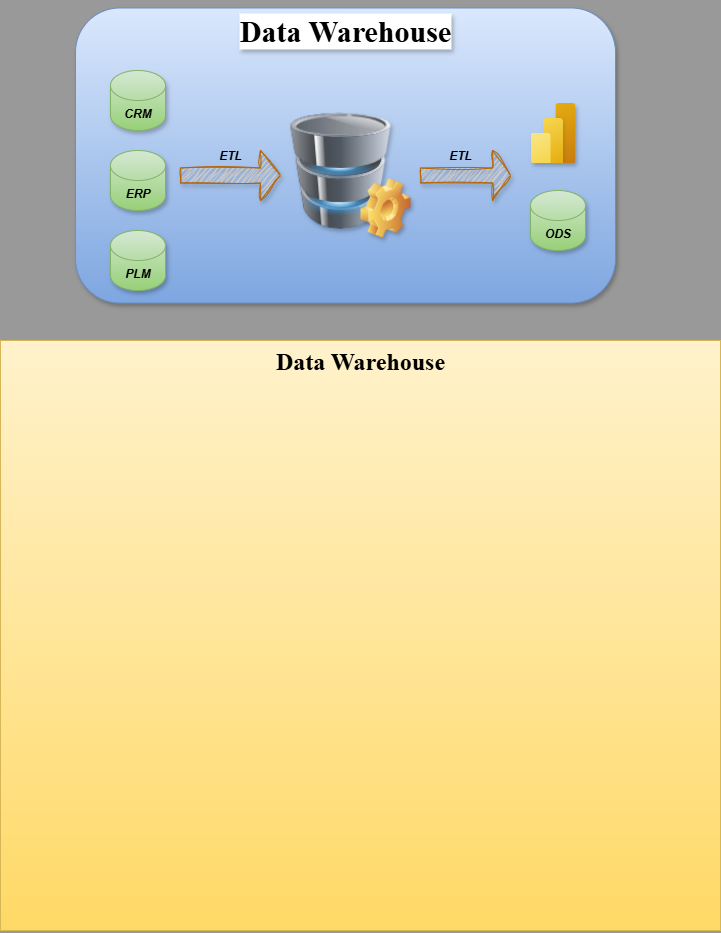
The draw.io diagram Data_Warehouse.drawio.png in adityaanand355/ad-data-docs, before a commit. Source tidied: cells renumbered, new cells last; positions are measured from the earlier drawing's top-left corner, leaving out a move shared by most shapes.
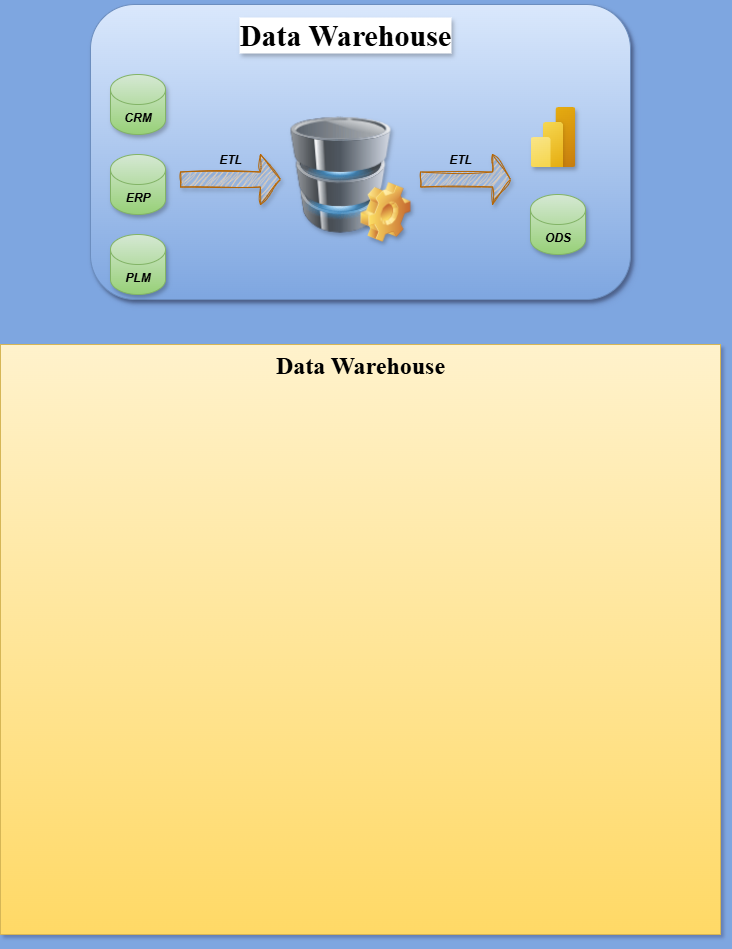
The same file after the commit.

Change to the diagram source:
```diff
@@ -1,9 +1,9 @@
-<mxGraphModel background="light-dark(#999999,#5E5B08)">
+<mxGraphModel background="light-dark(#7EA6E0,#5E5B08)" shadow="1">
   <root>
     <mxCell id="0" />
     <mxCell id="1" parent="0" />
     <mxCell id="2" style="rounded=1;whiteSpace=wrap;html=1;fillColor=#dae8fc;strokeColor=#6c8ebf;gradientColor=#7ea6e0;glass=0;shadow=1;" parent="1" vertex="1">
-      <mxGeometry x="75" y="7.5" width="540" height="295" as="geometry" />
+      <mxGeometry x="90" width="540" height="295" as="geometry" />
     </mxCell>
     <mxCell id="3" style="image;html=1;image=img/lib/clip_art/computers/Database_128x128.png;shadow=1;" parent="1" vertex="1">
       <mxGeometry x="290" y="102.5" width="100" height="135" as="geometry" />
```
